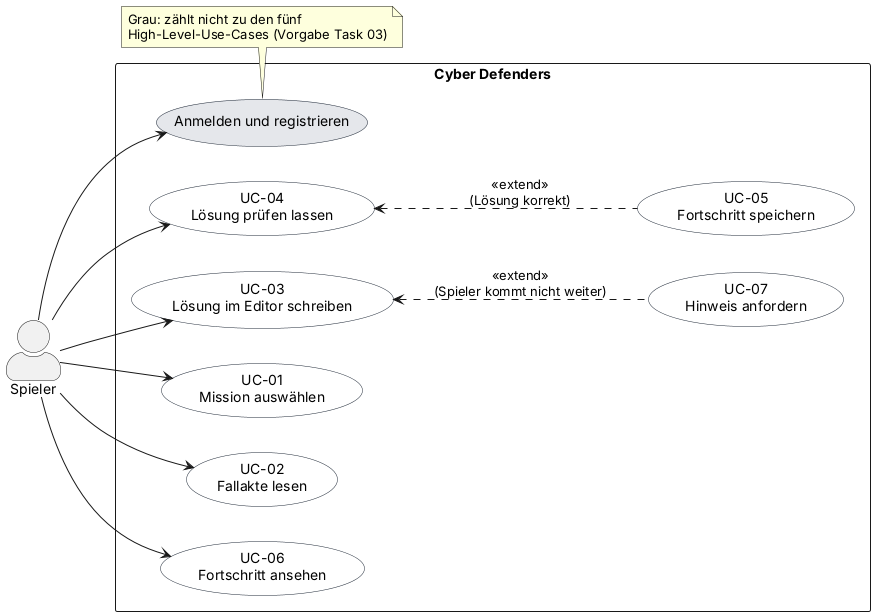
Cyber-Defenders-4/Cyber-Defenders keeps this PlantUML diagram as docs/diagrams/use-case-diagram.png. Above is the earlier version. Its diagram source:
```plantuml
@startuml use-case-diagram
left to right direction
skinparam shadowing false
skinparam packageStyle rectangle
skinparam actorStyle awesome
skinparam usecase {
  BackgroundColor #FFFFFF
  BorderColor #1F2937
}
skinparam defaultFontName Arial

actor "Spieler" as Spieler

rectangle "Cyber Defenders" {
  usecase "Anmelden und registrieren" as Login #E5E7EB
  usecase "UC-01\nMission auswählen" as UC01
  usecase "UC-02\nFallakte lesen" as UC02
  usecase "UC-03\nLösung im Editor schreiben" as UC03
  usecase "UC-04\nLösung prüfen lassen" as UC04
  usecase "UC-05\nFortschritt speichern" as UC05
  usecase "UC-06\nFortschritt ansehen" as UC06
  usecase "UC-07\nHinweis anfordern" as UC07
}

Spieler --> Login
Spieler --> UC01
Spieler --> UC02
Spieler --> UC03
Spieler --> UC04
Spieler --> UC06

UC07 .up.> UC03 : <<extend>>\n(Spieler kommt nicht weiter)
UC05 .up.> UC04 : <<extend>>\n(Lösung korrekt)

note bottom of Login
  Grau: zählt nicht zu den fünf
  High-Level-Use-Cases (Vorgabe Task 03)
end note
@enduml
```
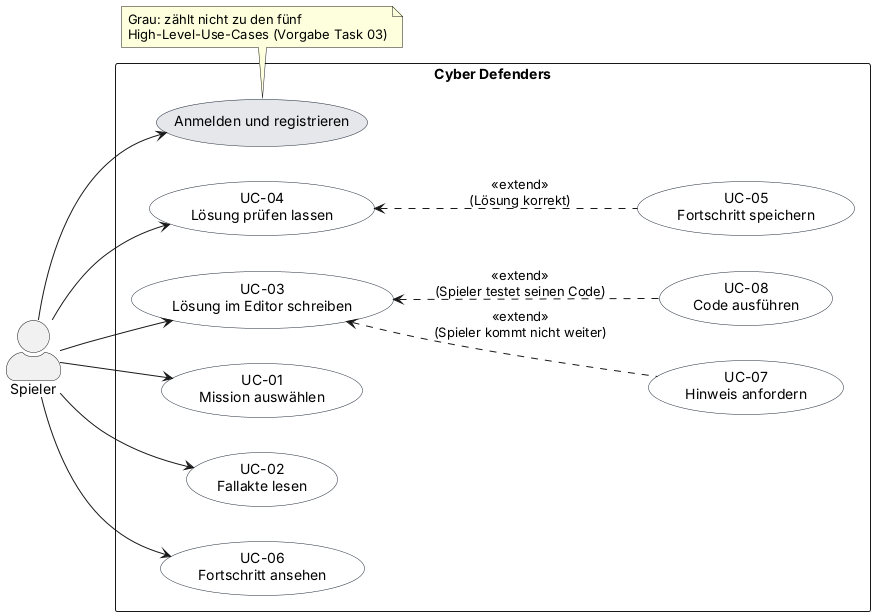
Later version of the same file.

Commit message:
Use-Case-Diagramm um UC-08 ergänzen, Issue-Links auf Org umstellen, Vision anpassen

Change to the diagram source:
```diff
@@ -20,6 +20,7 @@
   usecase "UC-05\nFortschritt speichern" as UC05
   usecase "UC-06\nFortschritt ansehen" as UC06
   usecase "UC-07\nHinweis anfordern" as UC07
+  usecase "UC-08\nCode ausführen" as UC08
 }
 
 Spieler --> Login
@@ -30,6 +31,7 @@
 Spieler --> UC06
 
 UC07 .up.> UC03 : <<extend>>\n(Spieler kommt nicht weiter)
+UC08 .up.> UC03 : <<extend>>\n(Spieler testet seinen Code)
 UC05 .up.> UC04 : <<extend>>\n(Lösung korrekt)
 
 note bottom of Login
```
